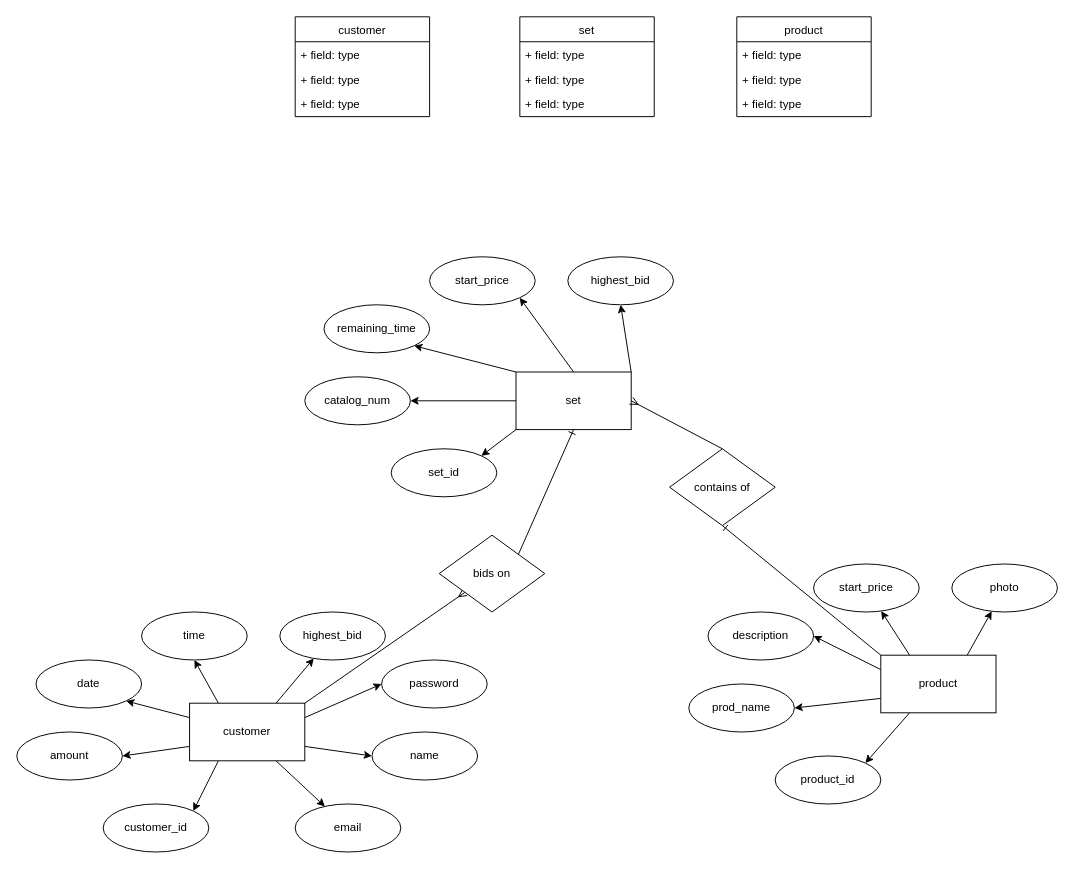
Earlier version of the draw.io diagram page "Page-3" (3 of 3) of claus/auctionhouse.drawio (OinkoIT/BE16-DBDev-DAY1-Claus-Christoph). Source tidied: cells renumbered, new cells numbered last; positions are measured from the earlier drawing's top-left corner, leaving out a move shared by most shapes. Both pictures are drawn from the tidied source at 96%, with x=0, y=0 at pixel (16, 16).
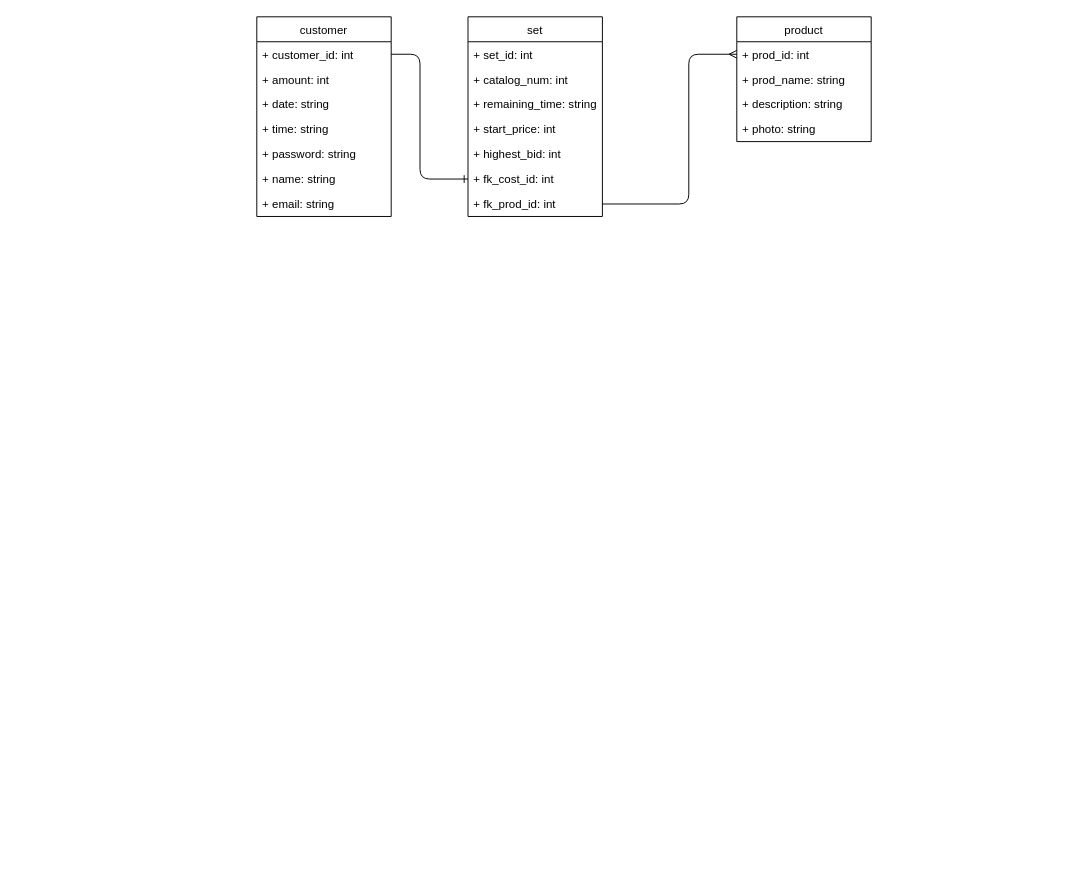
Above is the later version.

What changed in the source:
```diff
@@
-    <mxCell id="2" style="edgeStyle=none;html=1;exitX=0.25;exitY=1;exitDx=0;exitDy=0;entryX=1;entryY=0;entryDx=0;entryDy=0;" parent="1" edge="1" source="11" target="30">
-      <mxGeometry relative="1" as="geometry" />
-    </mxCell>
-    <mxCell id="3" style="edgeStyle=none;html=1;exitX=0;exitY=0.75;exitDx=0;exitDy=0;entryX=1;entryY=0.5;entryDx=0;entryDy=0;" parent="1" edge="1" source="11" target="31">
-      <mxGeometry relative="1" as="geometry" />
-    </mxCell>
-    <mxCell id="4" style="edgeStyle=none;html=1;exitX=0;exitY=0.25;exitDx=0;exitDy=0;entryX=1;entryY=1;entryDx=0;entryDy=0;" parent="1" edge="1" source="11" target="34">
-      <mxGeometry relative="1" as="geometry" />
-    </mxCell>
-    <mxCell id="5" style="edgeStyle=none;html=1;exitX=0.25;exitY=0;exitDx=0;exitDy=0;entryX=0.5;entryY=1;entryDx=0;entryDy=0;" parent="1" edge="1" source="11" target="32">
-      <mxGeometry relative="1" as="geometry" />
-    </mxCell>
-    <mxCell id="6" style="edgeStyle=none;html=1;exitX=0.75;exitY=0;exitDx=0;exitDy=0;" parent="1" edge="1" source="11" target="33">
-      <mxGeometry relative="1" as="geometry" />
-    </mxCell>
-    <mxCell id="7" style="edgeStyle=none;html=1;exitX=1;exitY=0.25;exitDx=0;exitDy=0;entryX=0;entryY=0.5;entryDx=0;entryDy=0;" parent="1" edge="1" source="11" target="40">
-      <mxGeometry relative="1" as="geometry" />
-    </mxCell>
-    <mxCell id="8" style="edgeStyle=none;html=1;exitX=1;exitY=0.75;exitDx=0;exitDy=0;entryX=0;entryY=0.5;entryDx=0;entryDy=0;" parent="1" edge="1" source="11" target="41">
-      <mxGeometry relative="1" as="geometry" />
-    </mxCell>
-    <mxCell id="9" style="edgeStyle=none;html=1;exitX=0.75;exitY=1;exitDx=0;exitDy=0;" parent="1" edge="1" source="11" target="42">
-      <mxGeometry relative="1" as="geometry" />
-    </mxCell>
-    <mxCell id="10" style="edgeStyle=none;html=1;exitX=1;exitY=0;exitDx=0;exitDy=0;endArrow=ERmany;endFill=0;" parent="1" edge="1" source="11" target="46">
-      <mxGeometry relative="1" as="geometry" />
-    </mxCell>
-    <mxCell id="11" value="customer" style="rounded=0;whiteSpace=wrap;html=1;" parent="1" vertex="1">
-      <mxGeometry x="180" y="715" width="120" height="60" as="geometry" />
-    </mxCell>
-    <mxCell id="12" style="edgeStyle=none;html=1;exitX=0.75;exitY=0;exitDx=0;exitDy=0;" parent="1" edge="1" source="18" target="38">
-      <mxGeometry relative="1" as="geometry" />
-    </mxCell>
-    <mxCell id="13" style="edgeStyle=none;html=1;exitX=0.25;exitY=0;exitDx=0;exitDy=0;" parent="1" edge="1" source="18" target="37">
-      <mxGeometry relative="1" as="geometry" />
-    </mxCell>
-    <mxCell id="14" style="edgeStyle=none;html=1;exitX=0;exitY=0.25;exitDx=0;exitDy=0;entryX=1;entryY=0.5;entryDx=0;entryDy=0;" parent="1" edge="1" source="18" target="39">
-      <mxGeometry relative="1" as="geometry" />
-    </mxCell>
-    <mxCell id="15" style="edgeStyle=none;html=1;exitX=0;exitY=0.75;exitDx=0;exitDy=0;entryX=1;entryY=0.5;entryDx=0;entryDy=0;" parent="1" edge="1" source="18" target="36">
-      <mxGeometry relative="1" as="geometry" />
-    </mxCell>
-    <mxCell id="16" style="edgeStyle=none;html=1;exitX=0.25;exitY=1;exitDx=0;exitDy=0;entryX=1;entryY=0;entryDx=0;entryDy=0;" parent="1" edge="1" source="18" target="35">
-      <mxGeometry relative="1" as="geometry" />
-    </mxCell>
-    <mxCell id="17" style="edgeStyle=none;html=1;exitX=0;exitY=0;exitDx=0;exitDy=0;entryX=0.5;entryY=1;entryDx=0;entryDy=0;endArrow=ERone;endFill=0;" parent="1" edge="1" source="18" target="44">
-      <mxGeometry relative="1" as="geometry" />
-    </mxCell>
-    <mxCell id="18" value="product" style="rounded=0;whiteSpace=wrap;html=1;" parent="1" vertex="1">
-      <mxGeometry x="900" y="665" width="120" height="60" as="geometry" />
-    </mxCell>
-    <mxCell id="19" style="edgeStyle=none;html=1;exitX=0;exitY=1;exitDx=0;exitDy=0;entryX=1;entryY=0;entryDx=0;entryDy=0;" parent="1" edge="1" source="24" target="25">
-      <mxGeometry relative="1" as="geometry" />
-    </mxCell>
-    <mxCell id="20" style="edgeStyle=none;html=1;exitX=0;exitY=0.5;exitDx=0;exitDy=0;entryX=1;entryY=0.5;entryDx=0;entryDy=0;" parent="1" edge="1" source="24" target="26">
-      <mxGeometry relative="1" as="geometry" />
-    </mxCell>
-    <mxCell id="21" style="edgeStyle=none;html=1;exitX=0;exitY=0;exitDx=0;exitDy=0;entryX=1;entryY=1;entryDx=0;entryDy=0;" parent="1" edge="1" source="24" target="29">
-      <mxGeometry relative="1" as="geometry" />
-    </mxCell>
-    <mxCell id="22" style="edgeStyle=none;html=1;exitX=0.5;exitY=0;exitDx=0;exitDy=0;entryX=1;entryY=1;entryDx=0;entryDy=0;" parent="1" edge="1" source="24" target="27">
-      <mxGeometry relative="1" as="geometry" />
-    </mxCell>
-    <mxCell id="23" style="edgeStyle=none;html=1;exitX=1;exitY=0;exitDx=0;exitDy=0;entryX=0.5;entryY=1;entryDx=0;entryDy=0;" parent="1" edge="1" source="24" target="28">
-      <mxGeometry relative="1" as="geometry" />
-    </mxCell>
-    <mxCell id="24" value="set" style="rounded=0;whiteSpace=wrap;html=1;" parent="1" vertex="1">
-      <mxGeometry x="520" y="370" width="120" height="60" as="geometry" />
-    </mxCell>
-    <mxCell id="25" value="set_id" style="ellipse;whiteSpace=wrap;html=1;" parent="1" vertex="1">
-      <mxGeometry x="390" y="450" width="110" height="50" as="geometry" />
-    </mxCell>
-    <mxCell id="26" value="catalog_num" style="ellipse;whiteSpace=wrap;html=1;" parent="1" vertex="1">
-      <mxGeometry x="300" y="375" width="110" height="50" as="geometry" />
-    </mxCell>
-    <mxCell id="27" value="start_price" style="ellipse;whiteSpace=wrap;html=1;" parent="1" vertex="1">
-      <mxGeometry x="430" y="250" width="110" height="50" as="geometry" />
-    </mxCell>
-    <mxCell id="28" value="highest_bid" style="ellipse;whiteSpace=wrap;html=1;" parent="1" vertex="1">
-      <mxGeometry x="574" y="250" width="110" height="50" as="geometry" />
-    </mxCell>
-    <mxCell id="29" value="remaining_time" style="ellipse;whiteSpace=wrap;html=1;" parent="1" vertex="1">
-      <mxGeometry x="320" y="300" width="110" height="50" as="geometry" />
-    </mxCell>
-    <mxCell id="30" value="customer_id" style="ellipse;whiteSpace=wrap;html=1;" parent="1" vertex="1">
-      <mxGeometry x="90" y="820" width="110" height="50" as="geometry" />
-    </mxCell>
-    <mxCell id="31" value="amount" style="ellipse;whiteSpace=wrap;html=1;" parent="1" vertex="1">
-      <mxGeometry y="745" width="110" height="50" as="geometry" />
-    </mxCell>
-    <mxCell id="32" value="time" style="ellipse;whiteSpace=wrap;html=1;" parent="1" vertex="1">
-      <mxGeometry x="130" y="620" width="110" height="50" as="geometry" />
-    </mxCell>
-    <mxCell id="33" value="highest_bid" style="ellipse;whiteSpace=wrap;html=1;" parent="1" vertex="1">
-      <mxGeometry x="274" y="620" width="110" height="50" as="geometry" />
-    </mxCell>
-    <mxCell id="34" value="date" style="ellipse;whiteSpace=wrap;html=1;" parent="1" vertex="1">
-      <mxGeometry x="20" y="670" width="110" height="50" as="geometry" />
-    </mxCell>
-    <mxCell id="35" value="product_id" style="ellipse;whiteSpace=wrap;html=1;" parent="1" vertex="1">
-      <mxGeometry x="790" y="770" width="110" height="50" as="geometry" />
-    </mxCell>
-    <mxCell id="36" value="prod_name" style="ellipse;whiteSpace=wrap;html=1;" parent="1" vertex="1">
-      <mxGeometry x="700" y="695" width="110" height="50" as="geometry" />
-    </mxCell>
-    <mxCell id="37" value="start_price" style="ellipse;whiteSpace=wrap;html=1;" parent="1" vertex="1">
-      <mxGeometry x="830" y="570" width="110" height="50" as="geometry" />
-    </mxCell>
-    <mxCell id="38" value="photo" style="ellipse;whiteSpace=wrap;html=1;" parent="1" vertex="1">
-      <mxGeometry x="974" y="570" width="110" height="50" as="geometry" />
-    </mxCell>
-    <mxCell id="39" value="description" style="ellipse;whiteSpace=wrap;html=1;" parent="1" vertex="1">
-      <mxGeometry x="720" y="620" width="110" height="50" as="geometry" />
-    </mxCell>
-    <mxCell id="40" value="password" style="ellipse;whiteSpace=wrap;html=1;" parent="1" vertex="1">
-      <mxGeometry x="380" y="670" width="110" height="50" as="geometry" />
-    </mxCell>
-    <mxCell id="41" value="name" style="ellipse;whiteSpace=wrap;html=1;" parent="1" vertex="1">
-      <mxGeometry x="370" y="745" width="110" height="50" as="geometry" />
-    </mxCell>
-    <mxCell id="42" value="email" style="ellipse;whiteSpace=wrap;html=1;" parent="1" vertex="1">
-      <mxGeometry x="290" y="820" width="110" height="50" as="geometry" />
-    </mxCell>
-    <mxCell id="43" style="edgeStyle=none;html=1;exitX=0.5;exitY=0;exitDx=0;exitDy=0;entryX=1;entryY=0.5;entryDx=0;entryDy=0;endArrow=ERmany;endFill=0;" parent="1" edge="1" source="44" target="24">
-      <mxGeometry relative="1" as="geometry" />
-    </mxCell>
-    <mxCell id="44" value="contains of" style="rhombus;whiteSpace=wrap;html=1;" parent="1" vertex="1">
-      <mxGeometry x="680" y="450" width="110" height="80" as="geometry" />
-    </mxCell>
-    <mxCell id="45" style="edgeStyle=none;html=1;exitX=1;exitY=0;exitDx=0;exitDy=0;entryX=0.5;entryY=1;entryDx=0;entryDy=0;endArrow=ERone;endFill=0;" parent="1" edge="1" source="46" target="24">
-      <mxGeometry relative="1" as="geometry" />
-    </mxCell>
-    <mxCell id="46" value="bids on" style="rhombus;whiteSpace=wrap;html=1;" parent="1" vertex="1">
-      <mxGeometry x="440" y="540" width="110" height="80" as="geometry" />
-    </mxCell>
     <mxCell id="47" value="customer" style="swimlane;fontStyle=0;horizontal=1;startSize=26;fillColor=none;" parent="1" vertex="1">
-      <mxGeometry x="290" width="140" height="104" as="geometry" />
+      <mxGeometry x="250" width="140" height="208" as="geometry" />
     </mxCell>
-    <mxCell id="48" value="+ field: type" style="text;strokeColor=none;fillColor=none;align=left;verticalAlign=top;spacingLeft=4;spacingRight=4;overflow=hidden;points=[[0,0.5],[1,0.5]];portConstraint=eastwest;" parent="47" vertex="1">
+    <mxCell id="48" value="+ customer_id: int" style="text;strokeColor=none;fillColor=none;align=left;verticalAlign=top;spacingLeft=4;spacingRight=4;overflow=hidden;points=[[0,0.5],[1,0.5]];portConstraint=eastwest;" parent="47" vertex="1">
       <mxGeometry y="26" width="140" height="26" as="geometry" />
     </mxCell>
-    <mxCell id="49" value="+ field: type" style="text;strokeColor=none;fillColor=none;align=left;verticalAlign=top;spacingLeft=4;spacingRight=4;overflow=hidden;" parent="47" vertex="1">
+    <mxCell id="49" value="+ amount: int" style="text;strokeColor=none;fillColor=none;align=left;verticalAlign=top;spacingLeft=4;spacingRight=4;overflow=hidden;" parent="47" vertex="1">
       <mxGeometry y="52" width="140" height="26" as="geometry" />
     </mxCell>
-    <mxCell id="50" value="+ field: type" style="text;strokeColor=none;fillColor=none;align=left;verticalAlign=top;spacingLeft=4;spacingRight=4;overflow=hidden;" parent="47" vertex="1">
+    <mxCell id="50" value="+ date: string" style="text;strokeColor=none;fillColor=none;align=left;verticalAlign=top;spacingLeft=4;spacingRight=4;overflow=hidden;" parent="47" vertex="1">
       <mxGeometry y="78" width="140" height="26" as="geometry" />
     </mxCell>
+    <mxCell id="59" value="+ time: string" style="text;strokeColor=none;fillColor=none;align=left;verticalAlign=top;spacingLeft=4;spacingRight=4;overflow=hidden;" parent="47" vertex="1">
+      <mxGeometry y="104" width="140" height="26" as="geometry" />
+    </mxCell>
+    <mxCell id="60" value="+ password: string" style="text;strokeColor=none;fillColor=none;align=left;verticalAlign=top;spacingLeft=4;spacingRight=4;overflow=hidden;" parent="47" vertex="1">
+      <mxGeometry y="130" width="140" height="26" as="geometry" />
+    </mxCell>
+    <mxCell id="61" value="+ name: string" style="text;strokeColor=none;fillColor=none;align=left;verticalAlign=top;spacingLeft=4;spacingRight=4;overflow=hidden;" parent="47" vertex="1">
+      <mxGeometry y="156" width="140" height="26" as="geometry" />
+    </mxCell>
+    <mxCell id="62" value="+ email: string" style="text;strokeColor=none;fillColor=none;align=left;verticalAlign=top;spacingLeft=4;spacingRight=4;overflow=hidden;" parent="47" vertex="1">
+      <mxGeometry y="182" width="140" height="26" as="geometry" />
+    </mxCell>
     <mxCell id="51" value="set" style="swimlane;fontStyle=0;horizontal=1;startSize=26;fillColor=none;" parent="1" vertex="1">
-      <mxGeometry x="524" width="140" height="104" as="geometry" />
+      <mxGeometry x="470" width="140" height="208" as="geometry" />
     </mxCell>
-    <mxCell id="52" value="+ field: type" style="text;strokeColor=none;fillColor=none;align=left;verticalAlign=top;spacingLeft=4;spacingRight=4;overflow=hidden;" parent="51" vertex="1">
+    <mxCell id="52" value="+ set_id: int" style="text;strokeColor=none;fillColor=none;align=left;verticalAlign=top;spacingLeft=4;spacingRight=4;overflow=hidden;" parent="51" vertex="1">
       <mxGeometry y="26" width="140" height="26" as="geometry" />
     </mxCell>
-    <mxCell id="53" value="+ field: type" style="text;strokeColor=none;fillColor=none;align=left;verticalAlign=top;spacingLeft=4;spacingRight=4;overflow=hidden;" parent="51" vertex="1">
+    <mxCell id="53" value="+ catalog_num: int" style="text;strokeColor=none;fillColor=none;align=left;verticalAlign=top;spacingLeft=4;spacingRight=4;overflow=hidden;" parent="51" vertex="1">
       <mxGeometry y="52" width="140" height="26" as="geometry" />
     </mxCell>
-    <mxCell id="54" value="+ field: type" style="text;strokeColor=none;fillColor=none;align=left;verticalAlign=top;spacingLeft=4;spacingRight=4;overflow=hidden;" parent="51" vertex="1">
+    <mxCell id="54" value="+ remaining_time: string" style="text;strokeColor=none;fillColor=none;align=left;verticalAlign=top;spacingLeft=4;spacingRight=4;overflow=hidden;" parent="51" vertex="1">
       <mxGeometry y="78" width="140" height="26" as="geometry" />
     </mxCell>
+    <mxCell id="63" value="+ start_price: int" style="text;strokeColor=none;fillColor=none;align=left;verticalAlign=top;spacingLeft=4;spacingRight=4;overflow=hidden;" parent="51" vertex="1">
+      <mxGeometry y="104" width="140" height="26" as="geometry" />
+    </mxCell>
+    <mxCell id="64" value="+ highest_bid: int" style="text;strokeColor=none;fillColor=none;align=left;verticalAlign=top;spacingLeft=4;spacingRight=4;overflow=hidden;" parent="51" vertex="1">
+      <mxGeometry y="130" width="140" height="26" as="geometry" />
+    </mxCell>
+    <mxCell id="65" value="+ fk_cost_id: int" style="text;strokeColor=none;fillColor=none;align=left;verticalAlign=top;spacingLeft=4;spacingRight=4;overflow=hidden;points=[[0,0.5],[1,0.5]];portConstraint=eastwest;" parent="51" vertex="1">
+      <mxGeometry y="156" width="140" height="26" as="geometry" />
+    </mxCell>
+    <mxCell id="66" value="+ fk_prod_id: int" style="text;strokeColor=none;fillColor=none;align=left;verticalAlign=top;spacingLeft=4;spacingRight=4;overflow=hidden;points=[[0,0.5],[1,0.5]];portConstraint=eastwest;" parent="51" vertex="1">
+      <mxGeometry y="182" width="140" height="26" as="geometry" />
+    </mxCell>
     <mxCell id="55" value="product" style="swimlane;fontStyle=0;horizontal=1;startSize=26;fillColor=none;" parent="1" vertex="1">
-      <mxGeometry x="750" width="140" height="104" as="geometry" />
+      <mxGeometry x="750" width="140" height="130" as="geometry" />
     </mxCell>
-    <mxCell id="56" value="+ field: type" style="text;strokeColor=none;fillColor=none;align=left;verticalAlign=top;spacingLeft=4;spacingRight=4;overflow=hidden;points=[[0,0.5],[1,0.5]];portConstraint=eastwest;" parent="55" vertex="1">
+    <mxCell id="56" value="+ prod_id: int" style="text;strokeColor=none;fillColor=none;align=left;verticalAlign=top;spacingLeft=4;spacingRight=4;overflow=hidden;points=[[0,0.5],[1,0.5]];portConstraint=eastwest;" parent="55" vertex="1">
       <mxGeometry y="26" width="140" height="26" as="geometry" />
     </mxCell>
-    <mxCell id="57" value="+ field: type" style="text;strokeColor=none;fillColor=none;align=left;verticalAlign=top;spacingLeft=4;spacingRight=4;overflow=hidden;" parent="55" vertex="1">
+    <mxCell id="57" value="+ prod_name: string" style="text;strokeColor=none;fillColor=none;align=left;verticalAlign=top;spacingLeft=4;spacingRight=4;overflow=hidden;" parent="55" vertex="1">
       <mxGeometry y="52" width="140" height="26" as="geometry" />
     </mxCell>
-    <mxCell id="58" value="+ field: type" style="text;strokeColor=none;fillColor=none;align=left;verticalAlign=top;spacingLeft=4;spacingRight=4;overflow=hidden;" parent="55" vertex="1">
+    <mxCell id="58" value="+ description: string" style="text;strokeColor=none;fillColor=none;align=left;verticalAlign=top;spacingLeft=4;spacingRight=4;overflow=hidden;" parent="55" vertex="1">
       <mxGeometry y="78" width="140" height="26" as="geometry" />
     </mxCell>
+    <mxCell id="67" value="+ photo: string" style="text;strokeColor=none;fillColor=none;align=left;verticalAlign=top;spacingLeft=4;spacingRight=4;overflow=hidden;" parent="55" vertex="1">
+      <mxGeometry y="104" width="140" height="26" as="geometry" />
+    </mxCell>
+    <mxCell id="68" style="edgeStyle=none;html=1;exitX=1;exitY=0.5;exitDx=0;exitDy=0;entryX=0;entryY=0.5;entryDx=0;entryDy=0;endArrow=ERone;endFill=0;" parent="1" edge="1" source="48" target="65">
+      <mxGeometry relative="1" as="geometry">
+        <Array as="points">
+          <mxPoint x="420" y="39" />
+          <mxPoint x="420" y="169" />
+        </Array>
+      </mxGeometry>
+    </mxCell>
+    <mxCell id="69" style="edgeStyle=none;html=1;exitX=1;exitY=0.5;exitDx=0;exitDy=0;entryX=0;entryY=0.5;entryDx=0;entryDy=0;endArrow=ERmany;endFill=0;" parent="1" edge="1" source="66" target="56">
+      <mxGeometry relative="1" as="geometry">
+        <Array as="points">
+          <mxPoint x="700" y="195" />
+          <mxPoint x="700" y="39" />
+        </Array>
+      </mxGeometry>
+    </mxCell>
```
